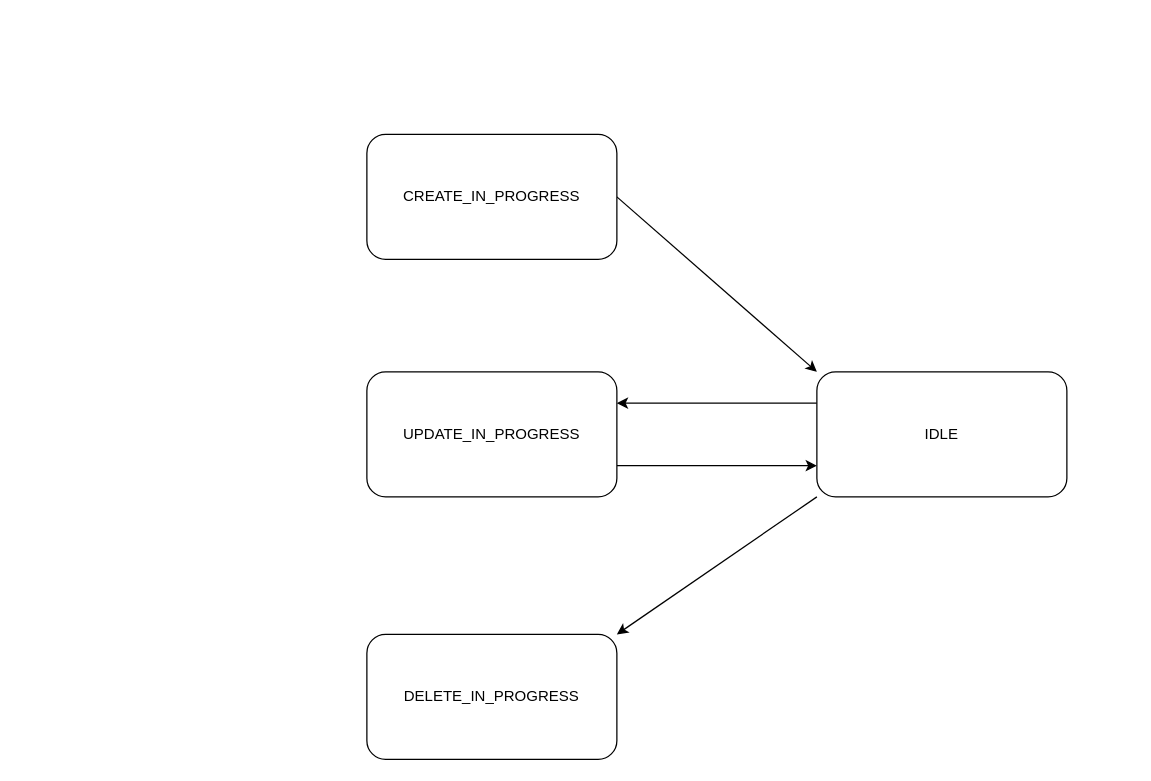
This is CRUD_State_Machine.drawio from emreavara/system-design-draw-io, a draw.io file, before an edit. Source tidied: cells renumbered, new cells numbered last; positions are measured from the earlier drawing's top-left corner, leaving out a move shared by most shapes. Both pictures are drawn from the tidied source at 125%, with x=0, y=0 at pixel (366, 134).
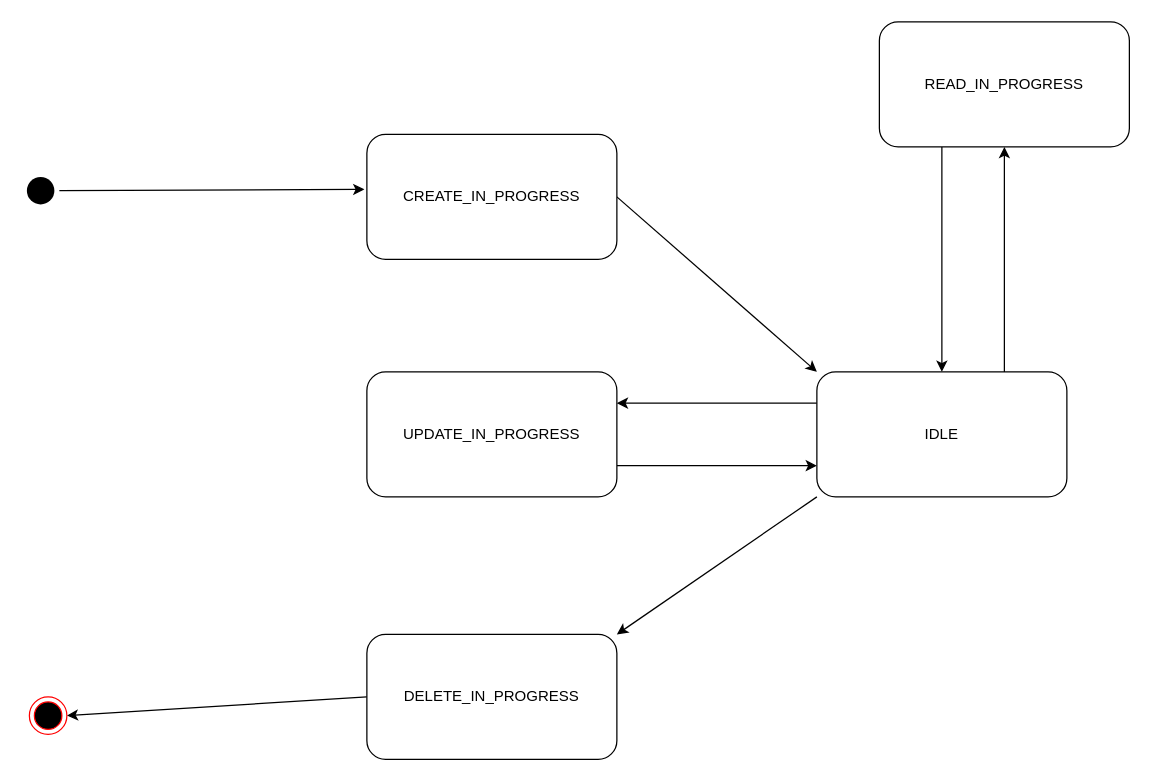
The same diagram, later.

What changed in the source:
```diff
@@
 <mxGraphModel>
   <root>
     <mxCell id="0" />
     <mxCell id="1" parent="0" />
     <mxCell id="2" style="rounded=0;jettySize=auto;html=1;exitX=1;exitY=0.5;exitDx=0;exitDy=0;entryX=0;entryY=0;entryDx=0;entryDy=0;" parent="1" edge="1" source="3" target="7">
       <mxGeometry relative="1" as="geometry" />
     </mxCell>
     <mxCell id="3" value="CREATE_IN_PROGRESS" style="rounded=1;whiteSpace=wrap;html=1;" parent="1" vertex="1">
       <mxGeometry width="200" height="100" as="geometry" />
     </mxCell>
+    <mxCell id="10" style="rounded=0;jettySize=auto;html=1;exitX=0;exitY=0.5;exitDx=0;exitDy=0;entryX=1;entryY=0.5;entryDx=0;entryDy=0;" parent="1" edge="1" source="4" target="16">
+      <mxGeometry relative="1" as="geometry" />
+    </mxCell>
     <mxCell id="4" value="DELETE_IN_PROGRESS" style="rounded=1;whiteSpace=wrap;html=1;" parent="1" vertex="1">
       <mxGeometry y="400" width="200" height="100" as="geometry" />
     </mxCell>
     <mxCell id="5" style="rounded=0;jettySize=auto;html=1;exitX=0;exitY=0.25;exitDx=0;exitDy=0;entryX=1;entryY=0.25;entryDx=0;entryDy=0;" parent="1" edge="1" source="7" target="9">
       <mxGeometry relative="1" as="geometry" />
     </mxCell>
     <mxCell id="6" style="rounded=0;jettySize=auto;html=1;exitX=0;exitY=1;exitDx=0;exitDy=0;entryX=1;entryY=0;entryDx=0;entryDy=0;" parent="1" edge="1" source="7" target="4">
       <mxGeometry relative="1" as="geometry" />
     </mxCell>
+    <mxCell id="11" style="edgeStyle=orthogonalEdgeStyle;rounded=0;jettySize=auto;html=1;exitX=0.75;exitY=0;exitDx=0;exitDy=0;" parent="1" edge="1" source="7" target="13">
+      <mxGeometry relative="1" as="geometry" />
+    </mxCell>
     <mxCell id="7" value="IDLE" style="rounded=1;whiteSpace=wrap;html=1;" parent="1" vertex="1">
       <mxGeometry x="360" y="190" width="200" height="100" as="geometry" />
     </mxCell>
     <mxCell id="8" style="rounded=0;jettySize=auto;html=1;exitX=1;exitY=0.75;exitDx=0;exitDy=0;entryX=0;entryY=0.75;entryDx=0;entryDy=0;" parent="1" edge="1" source="9" target="7">
       <mxGeometry relative="1" as="geometry" />
     </mxCell>
     <mxCell id="9" value="UPDATE_IN_PROGRESS" style="rounded=1;whiteSpace=wrap;html=1;" parent="1" vertex="1">
       <mxGeometry y="190" width="200" height="100" as="geometry" />
     </mxCell>
+    <mxCell id="12" style="edgeStyle=orthogonalEdgeStyle;rounded=0;jettySize=auto;html=1;exitX=0.25;exitY=1;exitDx=0;exitDy=0;" parent="1" edge="1" source="13" target="7">
+      <mxGeometry relative="1" as="geometry" />
+    </mxCell>
+    <mxCell id="13" value="READ_IN_PROGRESS" style="rounded=1;whiteSpace=wrap;html=1;" parent="1" vertex="1">
+      <mxGeometry x="410" y="-90" width="200" height="100" as="geometry" />
+    </mxCell>
+    <mxCell id="14" style="ellipse;html=1;shape=endState;fillColor=#000000;strokeColor=none;" parent="1" vertex="1">
+      <mxGeometry x="-276" y="30" width="30" height="30" as="geometry" />
+    </mxCell>
+    <mxCell id="15" style="rounded=0;jettySize=auto;html=1;entryX=-0.01;entryY=0.44;entryDx=0;entryDy=0;entryPerimeter=0;" parent="1" edge="1" source="14" target="3">
+      <mxGeometry relative="1" as="geometry" />
+    </mxCell>
+    <mxCell id="16" style="ellipse;html=1;shape=endState;fillColor=#000000;strokeColor=#ff0000;" parent="1" vertex="1">
+      <mxGeometry x="-270" y="450" width="30" height="30" as="geometry" />
+    </mxCell>
   </root>
 </mxGraphModel>
```
